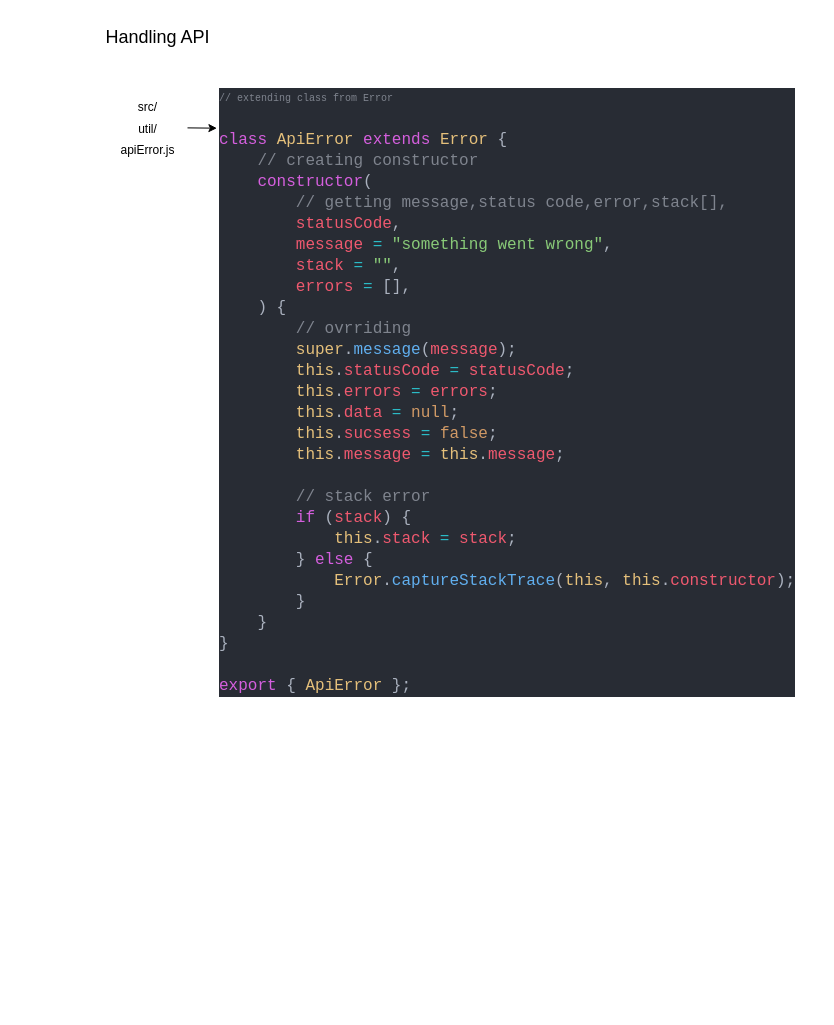
Before: page "Page-2" (2 of 2) of .drawio in hubofayush/app_backend, a draw.io diagram. Source tidied: cells renumbered, new cells numbered last; positions are measured from the earlier drawing's top-left corner, leaving out a move shared by most shapes. Both pictures are drawn from the tidied source at 100%, with x=0, y=0 at pixel (92, 17).
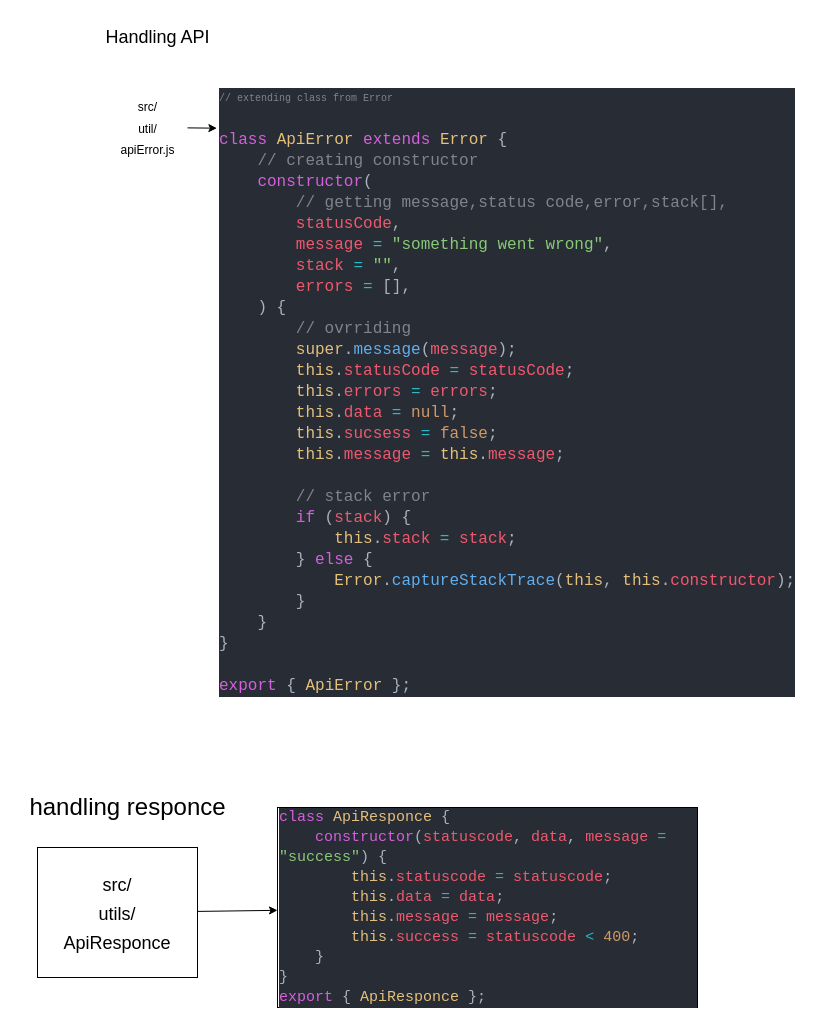
The same page after the edit.

What changed in the source:
```diff
@@
 <mxGraphModel>
   <root>
     <mxCell id="0" />
     <mxCell id="1" parent="0" />
     <mxCell id="2" value="&lt;font style=&quot;font-size: 18px;&quot;&gt;Handling API&lt;/font&gt;" style="text;html=1;align=center;verticalAlign=middle;strokeColor=none;fillColor=none;" parent="1" vertex="1">
       <mxGeometry width="130" height="40" as="geometry" />
     </mxCell>
     <mxCell id="3" style="edgeStyle=none;html=1;fontSize=12;entryX=-0.001;entryY=0.087;entryDx=0;entryDy=0;entryPerimeter=0;" parent="1" edge="1" source="4" target="5">
       <mxGeometry relative="1" as="geometry" />
     </mxCell>
     <mxCell id="4" value="&lt;span style=&quot;font-size: 12px;&quot;&gt;src/&lt;br&gt;util/&lt;br&gt;apiError.js&lt;/span&gt;" style="text;html=1;align=center;verticalAlign=middle;points=[];strokeColor=none;fillColor=none;fontSize=18;" parent="1" vertex="1">
       <mxGeometry x="15" y="70" width="80" height="80" as="geometry" />
     </mxCell>
     <mxCell id="5" value="&lt;div style=&quot;color: rgb(171, 178, 191); background-color: rgb(40, 44, 52); font-family: &amp;quot;JetBrains Mono&amp;quot;, &amp;quot;Courier New&amp;quot;, monospace, Consolas, &amp;quot;Courier New&amp;quot;, monospace; line-height: 20px;&quot;&gt;&lt;div style=&quot;&quot;&gt;&lt;span style=&quot;color: rgb(127, 132, 142);&quot;&gt;&lt;font style=&quot;font-size: 10px;&quot;&gt;// extending class from Error&lt;/font&gt;&lt;/span&gt;&lt;/div&gt;&lt;font size=&quot;3&quot;&gt;&lt;br&gt;&lt;/font&gt;&lt;div style=&quot;&quot;&gt;&lt;font size=&quot;3&quot;&gt;&lt;span style=&quot;color: #d55fde;&quot;&gt;class&lt;/span&gt; &lt;span style=&quot;color: #e5c07b;&quot;&gt;ApiError&lt;/span&gt; &lt;span style=&quot;color: #d55fde;&quot;&gt;extends&lt;/span&gt; &lt;span style=&quot;color: #e5c07b;&quot;&gt;Error&lt;/span&gt; {&lt;/font&gt;&lt;/div&gt;&lt;div style=&quot;&quot;&gt;&lt;font size=&quot;3&quot;&gt;&amp;nbsp; &amp;nbsp; &lt;span style=&quot;color: #7f848e;&quot;&gt;// creating constructor&lt;/span&gt;&lt;/font&gt;&lt;/div&gt;&lt;div style=&quot;&quot;&gt;&lt;font size=&quot;3&quot;&gt;&amp;nbsp; &amp;nbsp; &lt;span style=&quot;color: #d55fde;&quot;&gt;constructor&lt;/span&gt;(&lt;/font&gt;&lt;/div&gt;&lt;div style=&quot;&quot;&gt;&lt;font size=&quot;3&quot;&gt;&amp;nbsp; &amp;nbsp; &amp;nbsp; &amp;nbsp; &lt;span style=&quot;color: #7f848e;&quot;&gt;// getting message,status code,error,stack[],&lt;/span&gt;&lt;/font&gt;&lt;/div&gt;&lt;div style=&quot;&quot;&gt;&lt;font size=&quot;3&quot;&gt;&amp;nbsp; &amp;nbsp; &amp;nbsp; &amp;nbsp; &lt;span style=&quot;color: #ef596f;&quot;&gt;statusCode&lt;/span&gt;,&lt;/font&gt;&lt;/div&gt;&lt;div style=&quot;&quot;&gt;&lt;font size=&quot;3&quot;&gt;&amp;nbsp; &amp;nbsp; &amp;nbsp; &amp;nbsp; &lt;span style=&quot;color: #ef596f;&quot;&gt;message&lt;/span&gt; &lt;span style=&quot;color: #2bbac5;&quot;&gt;=&lt;/span&gt; &lt;span style=&quot;color: #89ca78;&quot;&gt;&quot;something went wrong&quot;&lt;/span&gt;,&lt;/font&gt;&lt;/div&gt;&lt;div style=&quot;&quot;&gt;&lt;font size=&quot;3&quot;&gt;&amp;nbsp; &amp;nbsp; &amp;nbsp; &amp;nbsp; &lt;span style=&quot;color: #ef596f;&quot;&gt;stack&lt;/span&gt; &lt;span style=&quot;color: #2bbac5;&quot;&gt;=&lt;/span&gt; &lt;span style=&quot;color: #89ca78;&quot;&gt;&quot;&quot;&lt;/span&gt;,&lt;/font&gt;&lt;/div&gt;&lt;div style=&quot;&quot;&gt;&lt;font size=&quot;3&quot;&gt;&amp;nbsp; &amp;nbsp; &amp;nbsp; &amp;nbsp; &lt;span style=&quot;color: #ef596f;&quot;&gt;errors&lt;/span&gt; &lt;span style=&quot;color: #2bbac5;&quot;&gt;=&lt;/span&gt; [],&lt;/font&gt;&lt;/div&gt;&lt;div style=&quot;&quot;&gt;&lt;font size=&quot;3&quot;&gt;&amp;nbsp; &amp;nbsp; ) {&lt;/font&gt;&lt;/div&gt;&lt;div style=&quot;&quot;&gt;&lt;font size=&quot;3&quot;&gt;&amp;nbsp; &amp;nbsp; &amp;nbsp; &amp;nbsp; &lt;span style=&quot;color: #7f848e;&quot;&gt;// ovrriding&lt;/span&gt;&lt;/font&gt;&lt;/div&gt;&lt;div style=&quot;&quot;&gt;&lt;font size=&quot;3&quot;&gt;&amp;nbsp; &amp;nbsp; &amp;nbsp; &amp;nbsp; &lt;span style=&quot;color: #e5c07b;&quot;&gt;super&lt;/span&gt;.&lt;span style=&quot;color: #61afef;&quot;&gt;message&lt;/span&gt;(&lt;span style=&quot;color: #ef596f;&quot;&gt;message&lt;/span&gt;);&lt;/font&gt;&lt;/div&gt;&lt;div style=&quot;&quot;&gt;&lt;font size=&quot;3&quot;&gt;&amp;nbsp; &amp;nbsp; &amp;nbsp; &amp;nbsp; &lt;span style=&quot;color: #e5c07b;&quot;&gt;this&lt;/span&gt;.&lt;span style=&quot;color: #ef596f;&quot;&gt;statusCode&lt;/span&gt; &lt;span style=&quot;color: #2bbac5;&quot;&gt;=&lt;/span&gt; &lt;span style=&quot;color: #ef596f;&quot;&gt;statusCode&lt;/span&gt;;&lt;/font&gt;&lt;/div&gt;&lt;div style=&quot;&quot;&gt;&lt;font size=&quot;3&quot;&gt;&amp;nbsp; &amp;nbsp; &amp;nbsp; &amp;nbsp; &lt;span style=&quot;color: #e5c07b;&quot;&gt;this&lt;/span&gt;.&lt;span style=&quot;color: #ef596f;&quot;&gt;errors&lt;/span&gt; &lt;span style=&quot;color: #2bbac5;&quot;&gt;=&lt;/span&gt; &lt;span style=&quot;color: #ef596f;&quot;&gt;errors&lt;/span&gt;;&lt;/font&gt;&lt;/div&gt;&lt;div style=&quot;&quot;&gt;&lt;font size=&quot;3&quot;&gt;&amp;nbsp; &amp;nbsp; &amp;nbsp; &amp;nbsp; &lt;span style=&quot;color: #e5c07b;&quot;&gt;this&lt;/span&gt;.&lt;span style=&quot;color: #ef596f;&quot;&gt;data&lt;/span&gt; &lt;span style=&quot;color: #2bbac5;&quot;&gt;=&lt;/span&gt; &lt;span style=&quot;color: #d19a66;&quot;&gt;null&lt;/span&gt;;&lt;/font&gt;&lt;/div&gt;&lt;div style=&quot;&quot;&gt;&lt;font size=&quot;3&quot;&gt;&amp;nbsp; &amp;nbsp; &amp;nbsp; &amp;nbsp; &lt;span style=&quot;color: #e5c07b;&quot;&gt;this&lt;/span&gt;.&lt;span style=&quot;color: #ef596f;&quot;&gt;sucsess&lt;/span&gt; &lt;span style=&quot;color: #2bbac5;&quot;&gt;=&lt;/span&gt; &lt;span style=&quot;color: #d19a66;&quot;&gt;false&lt;/span&gt;;&lt;/font&gt;&lt;/div&gt;&lt;div style=&quot;&quot;&gt;&lt;font size=&quot;3&quot;&gt;&amp;nbsp; &amp;nbsp; &amp;nbsp; &amp;nbsp; &lt;span style=&quot;color: #e5c07b;&quot;&gt;this&lt;/span&gt;.&lt;span style=&quot;color: #ef596f;&quot;&gt;message&lt;/span&gt; &lt;span style=&quot;color: #2bbac5;&quot;&gt;=&lt;/span&gt; &lt;span style=&quot;color: #e5c07b;&quot;&gt;this&lt;/span&gt;.&lt;span style=&quot;color: #ef596f;&quot;&gt;message&lt;/span&gt;;&lt;/font&gt;&lt;/div&gt;&lt;font size=&quot;3&quot;&gt;&lt;br&gt;&lt;/font&gt;&lt;div style=&quot;&quot;&gt;&lt;font size=&quot;3&quot;&gt;&amp;nbsp; &amp;nbsp; &amp;nbsp; &amp;nbsp; &lt;span style=&quot;color: #7f848e;&quot;&gt;// stack error&lt;/span&gt;&lt;/font&gt;&lt;/div&gt;&lt;div style=&quot;&quot;&gt;&lt;font size=&quot;3&quot;&gt;&amp;nbsp; &amp;nbsp; &amp;nbsp; &amp;nbsp; &lt;span style=&quot;color: #d55fde;&quot;&gt;if&lt;/span&gt; (&lt;span style=&quot;color: #ef596f;&quot;&gt;stack&lt;/span&gt;) {&lt;/font&gt;&lt;/div&gt;&lt;div style=&quot;&quot;&gt;&lt;font size=&quot;3&quot;&gt;&amp;nbsp; &amp;nbsp; &amp;nbsp; &amp;nbsp; &amp;nbsp; &amp;nbsp; &lt;span style=&quot;color: #e5c07b;&quot;&gt;this&lt;/span&gt;.&lt;span style=&quot;color: #ef596f;&quot;&gt;stack&lt;/span&gt; &lt;span style=&quot;color: #2bbac5;&quot;&gt;=&lt;/span&gt; &lt;span style=&quot;color: #ef596f;&quot;&gt;stack&lt;/span&gt;;&lt;/font&gt;&lt;/div&gt;&lt;div style=&quot;&quot;&gt;&lt;font size=&quot;3&quot;&gt;&amp;nbsp; &amp;nbsp; &amp;nbsp; &amp;nbsp; } &lt;span style=&quot;color: #d55fde;&quot;&gt;else&lt;/span&gt; {&lt;/font&gt;&lt;/div&gt;&lt;div style=&quot;&quot;&gt;&lt;font size=&quot;3&quot;&gt;&amp;nbsp; &amp;nbsp; &amp;nbsp; &amp;nbsp; &amp;nbsp; &amp;nbsp; &lt;span style=&quot;color: #e5c07b;&quot;&gt;Error&lt;/span&gt;.&lt;span style=&quot;color: #61afef;&quot;&gt;captureStackTrace&lt;/span&gt;(&lt;span style=&quot;color: #e5c07b;&quot;&gt;this&lt;/span&gt;, &lt;span style=&quot;color: #e5c07b;&quot;&gt;this&lt;/span&gt;.&lt;span style=&quot;color: #ef596f;&quot;&gt;constructor&lt;/span&gt;);&lt;/font&gt;&lt;/div&gt;&lt;div style=&quot;&quot;&gt;&lt;font size=&quot;3&quot;&gt;&amp;nbsp; &amp;nbsp; &amp;nbsp; &amp;nbsp; }&lt;/font&gt;&lt;/div&gt;&lt;div style=&quot;&quot;&gt;&lt;font size=&quot;3&quot;&gt;&amp;nbsp; &amp;nbsp; }&lt;/font&gt;&lt;/div&gt;&lt;div style=&quot;&quot;&gt;&lt;font size=&quot;3&quot;&gt;}&lt;/font&gt;&lt;/div&gt;&lt;font size=&quot;3&quot;&gt;&lt;br&gt;&lt;/font&gt;&lt;div style=&quot;&quot;&gt;&lt;font size=&quot;3&quot;&gt;&lt;span style=&quot;color: rgb(213, 95, 222);&quot;&gt;export&lt;/span&gt; { &lt;span style=&quot;color: rgb(229, 192, 123);&quot;&gt;ApiError&lt;/span&gt; };&lt;/font&gt;&lt;/div&gt;&lt;/div&gt;" style="text;html=1;align=left;verticalAlign=middle;points=[];strokeColor=none;fillColor=none;fontSize=12;" parent="1" vertex="1">
       <mxGeometry x="125" y="55" width="600" height="640" as="geometry" />
     </mxCell>
+    <mxCell id="6" value="&lt;font style=&quot;font-size: 24px;&quot;&gt;handling responce&lt;/font&gt;" style="text;html=1;align=center;verticalAlign=middle;strokeColor=none;fillColor=none;fontSize=10;" parent="1" vertex="1">
+      <mxGeometry x="-75" y="770" width="220" height="40" as="geometry" />
+    </mxCell>
+    <mxCell id="7" style="edgeStyle=none;html=1;fontSize=18;" parent="1" edge="1" source="8" target="9">
+      <mxGeometry relative="1" as="geometry" />
+    </mxCell>
+    <mxCell id="8" value="&lt;font style=&quot;font-size: 18px;&quot;&gt;src/&lt;br&gt;utils/&lt;br&gt;ApiResponce&lt;/font&gt;" style="whiteSpace=wrap;html=1;fontSize=24;" parent="1" vertex="1">
+      <mxGeometry x="-55" y="830" width="160" height="130" as="geometry" />
+    </mxCell>
+    <mxCell id="9" value="&lt;div style=&quot;color: rgb(171, 178, 191); background-color: rgb(40, 44, 52); font-family: &amp;quot;JetBrains Mono&amp;quot;, &amp;quot;Courier New&amp;quot;, monospace, Consolas, &amp;quot;Courier New&amp;quot;, monospace; font-size: 15px; line-height: 20px;&quot;&gt;&lt;div&gt;&lt;span style=&quot;color: #d55fde;&quot;&gt;class&lt;/span&gt; &lt;span style=&quot;color: #e5c07b;&quot;&gt;ApiResponce&lt;/span&gt; {&lt;/div&gt;&lt;div&gt;&amp;nbsp; &amp;nbsp; &lt;span style=&quot;color: #d55fde;&quot;&gt;constructor&lt;/span&gt;(&lt;span style=&quot;color: #ef596f;&quot;&gt;statuscode&lt;/span&gt;, &lt;span style=&quot;color: #ef596f;&quot;&gt;data&lt;/span&gt;, &lt;span style=&quot;color: #ef596f;&quot;&gt;message&lt;/span&gt; &lt;span style=&quot;color: #2bbac5;&quot;&gt;=&lt;/span&gt; &lt;span style=&quot;color: #89ca78;&quot;&gt;&quot;success&quot;&lt;/span&gt;) {&lt;/div&gt;&lt;div&gt;&amp;nbsp; &amp;nbsp; &amp;nbsp; &amp;nbsp; &lt;span style=&quot;color: #e5c07b;&quot;&gt;this&lt;/span&gt;.&lt;span style=&quot;color: #ef596f;&quot;&gt;statuscode&lt;/span&gt; &lt;span style=&quot;color: #2bbac5;&quot;&gt;=&lt;/span&gt; &lt;span style=&quot;color: #ef596f;&quot;&gt;statuscode&lt;/span&gt;;&lt;/div&gt;&lt;div&gt;&amp;nbsp; &amp;nbsp; &amp;nbsp; &amp;nbsp; &lt;span style=&quot;color: #e5c07b;&quot;&gt;this&lt;/span&gt;.&lt;span style=&quot;color: #ef596f;&quot;&gt;data&lt;/span&gt; &lt;span style=&quot;color: #2bbac5;&quot;&gt;=&lt;/span&gt; &lt;span style=&quot;color: #ef596f;&quot;&gt;data&lt;/span&gt;;&lt;/div&gt;&lt;div&gt;&amp;nbsp; &amp;nbsp; &amp;nbsp; &amp;nbsp; &lt;span style=&quot;color: #e5c07b;&quot;&gt;this&lt;/span&gt;.&lt;span style=&quot;color: #ef596f;&quot;&gt;message&lt;/span&gt; &lt;span style=&quot;color: #2bbac5;&quot;&gt;=&lt;/span&gt; &lt;span style=&quot;color: #ef596f;&quot;&gt;message&lt;/span&gt;;&lt;/div&gt;&lt;div&gt;&amp;nbsp; &amp;nbsp; &amp;nbsp; &amp;nbsp; &lt;span style=&quot;color: #e5c07b;&quot;&gt;this&lt;/span&gt;.&lt;span style=&quot;color: #ef596f;&quot;&gt;success&lt;/span&gt; &lt;span style=&quot;color: #2bbac5;&quot;&gt;=&lt;/span&gt; &lt;span style=&quot;color: #ef596f;&quot;&gt;statuscode&lt;/span&gt; &lt;span style=&quot;color: #2bbac5;&quot;&gt;&amp;lt;&lt;/span&gt; &lt;span style=&quot;color: #d19a66;&quot;&gt;400&lt;/span&gt;;&lt;/div&gt;&lt;div&gt;&amp;nbsp; &amp;nbsp; }&lt;/div&gt;&lt;div&gt;}&lt;/div&gt;&lt;div&gt;&lt;span style=&quot;color: #d55fde;&quot;&gt;export&lt;/span&gt; { &lt;span style=&quot;color: #e5c07b;&quot;&gt;ApiResponce&lt;/span&gt; };&lt;/div&gt;&lt;/div&gt;" style="whiteSpace=wrap;html=1;fontSize=24;align=left;" parent="1" vertex="1">
+      <mxGeometry x="185" y="790" width="420" height="200" as="geometry" />
+    </mxCell>
   </root>
 </mxGraphModel>
```
